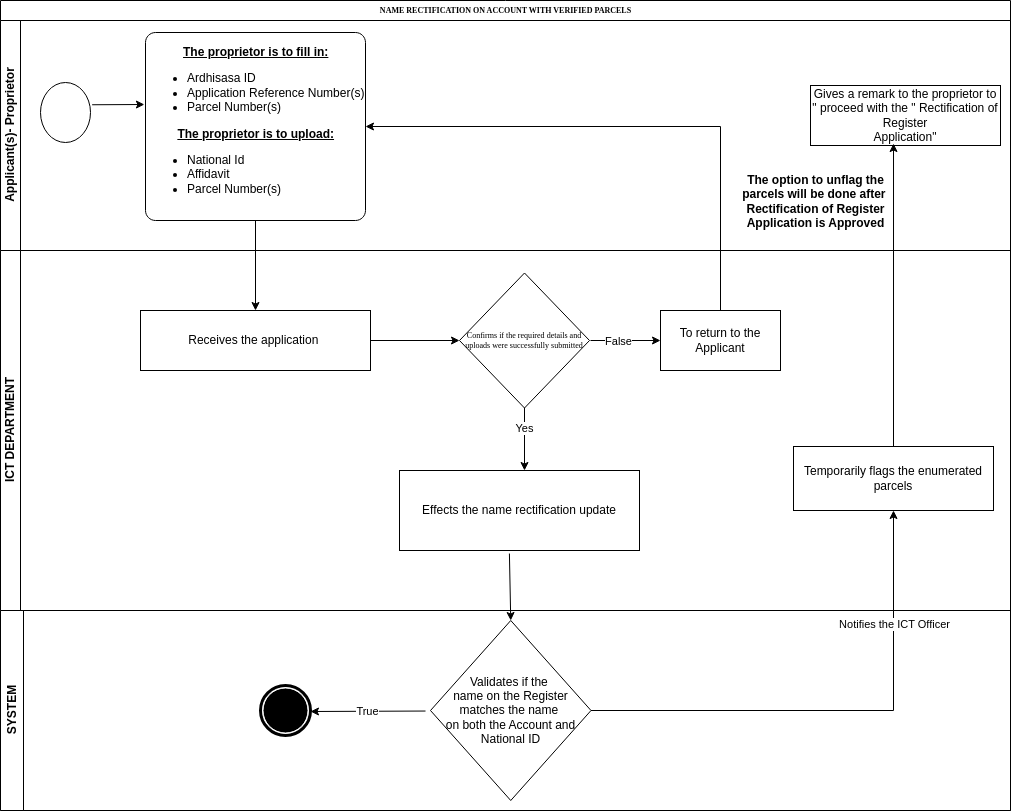
NjeriNjeru/BPMN keeps this draw.io diagram as ACCOUNT NAME RECTIFICATION.drawio.png. Above is the earlier version. Source tidied: cells renumbered, new cells last; positions are measured from the earlier drawing's top-left corner, leaving out a move shared by most shapes.
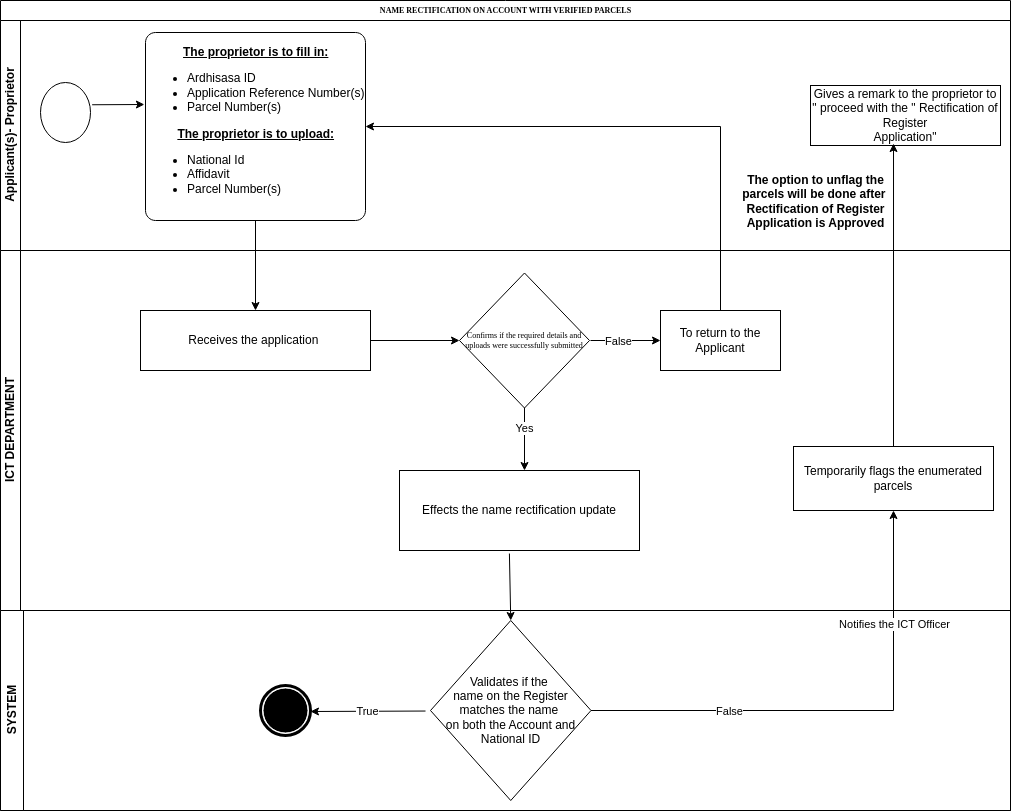
The same file after the commit.

Change to the diagram source:
```diff
@@ -85,6 +85,9 @@
     <mxCell id="27" value="Notifies the ICT Officer" style="edgeLabel;html=1;align=center;verticalAlign=middle;" parent="26" vertex="1">
       <mxGeometry x="0.55" relative="1" as="geometry" />
     </mxCell>
+    <mxCell id="33" value="False" style="edgeLabel;html=1;align=center;verticalAlign=middle;" parent="26" vertex="1">
+      <mxGeometry x="-0.45" relative="1" as="geometry" />
+    </mxCell>
     <mxCell id="28" style="edgeStyle=none;jettySize=auto;html=1;rounded=0;entryX=0.437;entryY=0.967;entryDx=0;entryDy=0;entryPerimeter=0;" parent="2" edge="1" source="22" target="8">
       <mxGeometry relative="1" as="geometry" />
     </mxCell>
```
